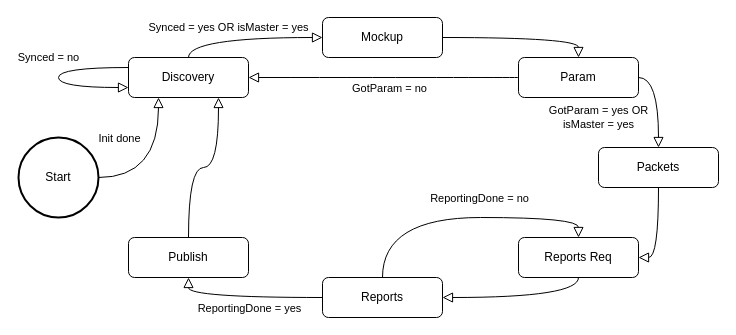
Before: Fachbericht/graphics/Software_Flowgraph_P2P.drawio in Rouben94/P6_Documents, a draw.io diagram. Source tidied: cells renumbered, new cells numbered last; positions are measured from the earlier drawing's top-left corner, leaving out a move shared by most shapes. Both pictures are drawn from the tidied source at 100%, with x=0, y=0 at pixel (18, 17).
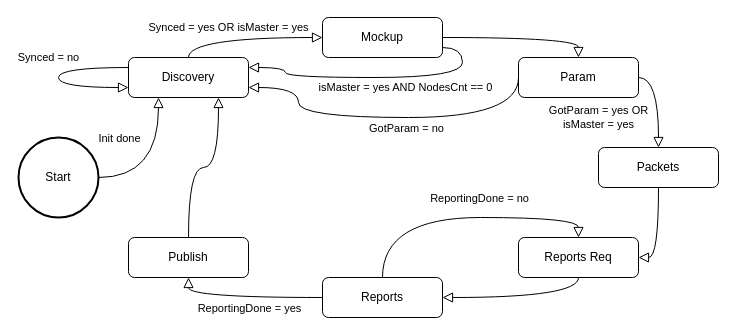
Above is the later version.

Unchanged cells that the change refers to:
```xml
<mxCell id="3" value="Discovery" style="rounded=1;whiteSpace=wrap;html=1;fontSize=12;glass=0;strokeWidth=1;shadow=0;" parent="1" vertex="1">
  <mxGeometry x="110" y="40" width="120" height="40" as="geometry" />
</mxCell>
<mxCell id="5" value="Mockup" style="rounded=1;whiteSpace=wrap;html=1;fontSize=12;glass=0;strokeWidth=1;shadow=0;" parent="1" vertex="1">
  <mxGeometry x="304" width="120" height="40" as="geometry" />
</mxCell>
<mxCell id="6" value="Param" style="rounded=1;whiteSpace=wrap;html=1;fontSize=12;glass=0;strokeWidth=1;shadow=0;" parent="1" vertex="1">
  <mxGeometry x="500" y="40" width="120" height="40" as="geometry" />
</mxCell>
```

What changed in the source:
```diff
@@
-    <mxCell id="16" style="rounded=0;html=1;jettySize=auto;fontSize=11;endArrow=block;endFill=0;endSize=8;strokeWidth=1;shadow=0;labelBackgroundColor=none;edgeStyle=orthogonalEdgeStyle;exitX=0;exitY=0.5;exitDx=0;exitDy=0;entryX=1;entryY=0.5;entryDx=0;entryDy=0;curved=1;" parent="1" edge="1" source="6" target="3">
-      <mxGeometry x="-0.22" y="10" relative="1" as="geometry" />
+    <mxCell id="16" style="rounded=0;html=1;jettySize=auto;fontSize=11;endArrow=block;endFill=0;endSize=8;strokeWidth=1;shadow=0;labelBackgroundColor=none;edgeStyle=orthogonalEdgeStyle;exitX=0;exitY=0.5;exitDx=0;exitDy=0;entryX=1;entryY=0.75;entryDx=0;entryDy=0;curved=1;" parent="1" edge="1" source="6" target="3">
+      <mxGeometry x="-0.22" y="10" relative="1" as="geometry">
+        <Array as="points">
+          <mxPoint x="500" y="100" />
+          <mxPoint x="280" y="100" />
+          <mxPoint x="280" y="70" />
+        </Array>
+      </mxGeometry>
     </mxCell>
@@
+    <mxCell id="26" value="isMaster = yes AND NodesCnt == 0" style="rounded=0;html=1;jettySize=auto;fontSize=11;endArrow=block;endFill=0;endSize=8;strokeWidth=1;shadow=0;labelBackgroundColor=none;edgeStyle=orthogonalEdgeStyle;exitX=1;exitY=0.75;exitDx=0;exitDy=0;entryX=1;entryY=0.25;entryDx=0;entryDy=0;curved=1;" parent="1" edge="1" source="5" target="3">
+      <mxGeometry x="-0.22" y="10" relative="1" as="geometry" />
+    </mxCell>
```
